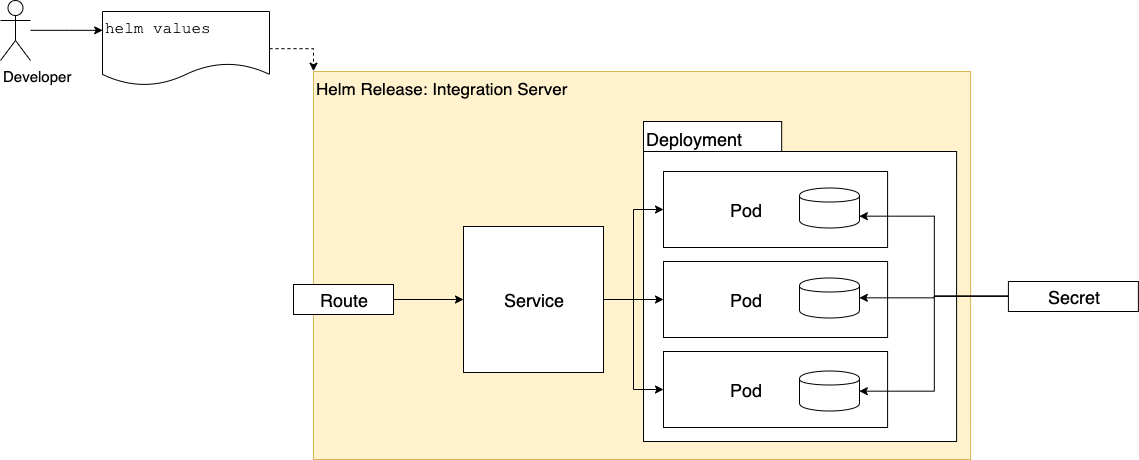
Before: docs/integration-server-on-ocp.png, a diagram exported from draw.io (ot4i/knapp-connect). Source tidied: cells renumbered, new cells last; positions are measured from the earlier drawing's top-left corner, leaving out a move shared by most shapes.
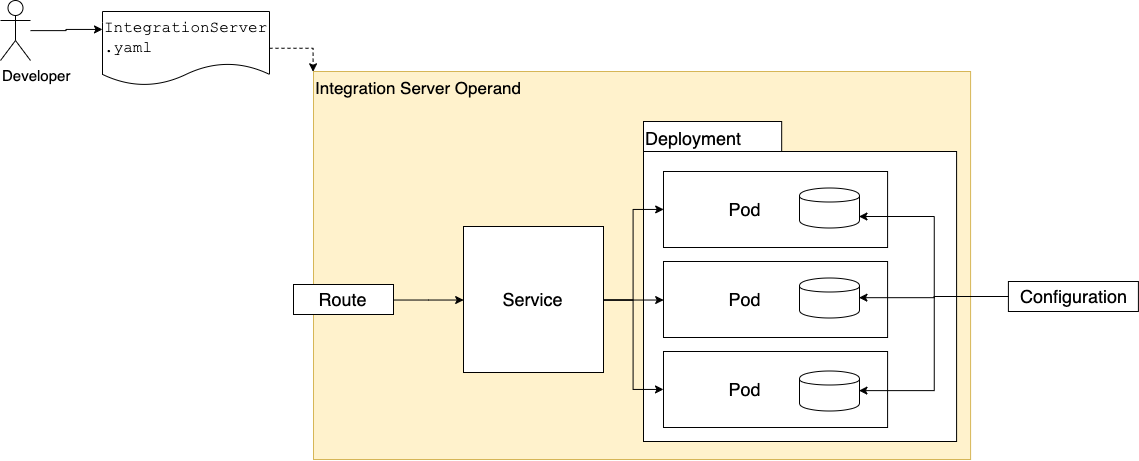
The same diagram one commit later.

Change to the diagram source:
```diff
@@ -2,7 +2,7 @@
   <root>
     <mxCell id="0" />
     <mxCell id="1" parent="0" />
-    <mxCell id="2" value="Helm Release: Integration Server" style="rounded=0;whiteSpace=wrap;html=1;fontSize=17;align=left;fillColor=#fff2cc;strokeColor=#d6b656;verticalAlign=top;" parent="1" vertex="1">
+    <mxCell id="2" value="Integration Server Operand" style="rounded=0;whiteSpace=wrap;html=1;fontSize=17;align=left;fillColor=#fff2cc;strokeColor=#d6b656;verticalAlign=top;" parent="1" vertex="1">
       <mxGeometry x="313" y="71" width="657.1" height="388" as="geometry" />
     </mxCell>
     <mxCell id="3" value="Deployment" style="rounded=0;whiteSpace=wrap;html=1;fontSize=18;verticalAlign=top;align=left;" parent="1" vertex="1">
@@ -38,7 +38,7 @@
     <mxCell id="13" style="edgeStyle=orthogonalEdgeStyle;rounded=0;jettySize=auto;html=1;entryX=0;entryY=0;entryDx=0;entryDy=0;fontSize=13;dashed=1;" parent="1" edge="1" source="14" target="2">
       <mxGeometry relative="1" as="geometry" />
     </mxCell>
-    <mxCell id="14" value="&lt;font face=&quot;Courier New&quot; style=&quot;font-size: 16px&quot;&gt;helm values&lt;/font&gt;&lt;font face=&quot;Courier New&quot; style=&quot;font-size: 16px&quot;&gt;&lt;br&gt;&lt;/font&gt;" style="shape=document;whiteSpace=wrap;html=1;boundedLbl=1;align=left;fontSize=16;verticalAlign=top;" parent="1" vertex="1">
+    <mxCell id="14" value="&lt;font face=&quot;Courier New&quot; style=&quot;font-size: 16px&quot;&gt;IntegrationServer&lt;br&gt;&lt;/font&gt;&lt;font face=&quot;Courier New&quot; style=&quot;font-size: 16px&quot;&gt;.yaml&lt;br&gt;&lt;/font&gt;" style="shape=document;whiteSpace=wrap;html=1;boundedLbl=1;align=left;fontSize=16;verticalAlign=top;" parent="1" vertex="1">
       <mxGeometry x="102" y="11" width="167" height="74" as="geometry" />
     </mxCell>
     <mxCell id="15" value="Pod&amp;nbsp; &amp;nbsp; &amp;nbsp; &amp;nbsp; &amp;nbsp; &amp;nbsp;&amp;nbsp;" style="rounded=0;whiteSpace=wrap;html=1;fontSize=18;" parent="1" vertex="1">
@@ -50,7 +50,7 @@
     <mxCell id="17" value="Pod&amp;nbsp; &amp;nbsp; &amp;nbsp; &amp;nbsp; &amp;nbsp; &amp;nbsp;&amp;nbsp;" style="rounded=0;whiteSpace=wrap;html=1;fontSize=18;spacingLeft=0;align=center;" parent="1" vertex="1">
       <mxGeometry x="663" y="171" width="224.1" height="76" as="geometry" />
     </mxCell>
-    <mxCell id="18" value="Secret" style="rounded=0;whiteSpace=wrap;html=1;fontSize=18;" parent="1" vertex="1">
+    <mxCell id="18" value="Configuration" style="rounded=0;whiteSpace=wrap;html=1;fontSize=18;" parent="1" vertex="1">
       <mxGeometry x="1007.9" y="281" width="130" height="30" as="geometry" />
     </mxCell>
     <mxCell id="19" style="shape=cylinder;whiteSpace=wrap;html=1;boundedLbl=1;backgroundOutline=1;fontSize=13;align=left;" parent="1" vertex="1">
```
